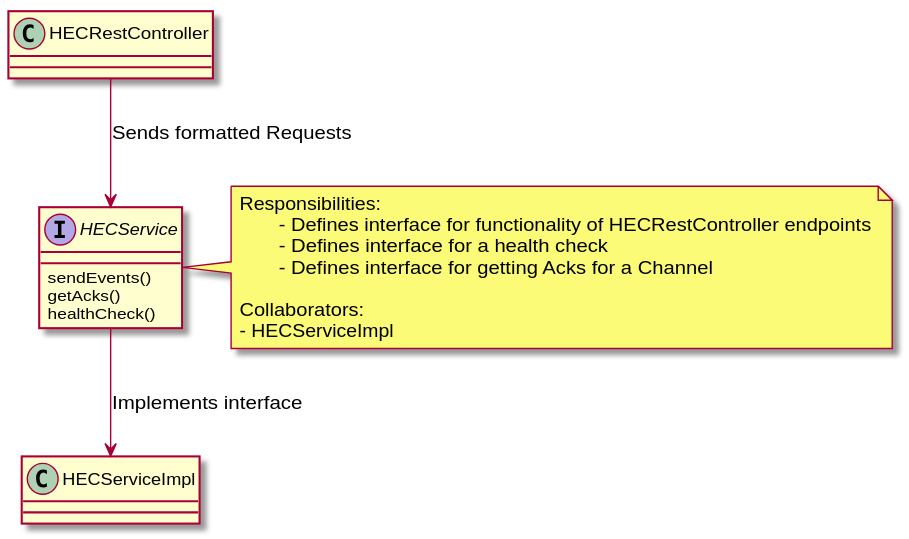
Above: docs/documentation/doxygen/inline_umlgraph_8.svg in Laukkala/cfe_16 (PlantUML), before the change.
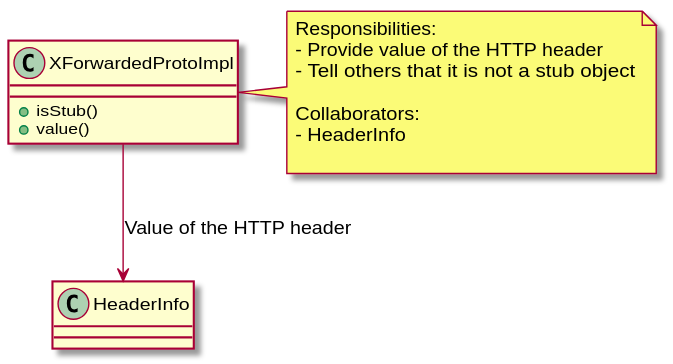
Above is the later version.

The edit, as a diff of the source:
```diff
@@ -1,20 +1,18 @@
 @startuml inline_umlgraph_8.svg
-interface HECService {
-    sendEvents()
-    getAcks()
-    healthCheck()
+class XForwardedProtoImpl {
+  + isStub()
+  + value()
 }
 
-HECRestController --> HECService : Sends formatted Requests
-HECService --> HECServiceImpl : Implements interface
+XForwardedProtoImpl --> HeaderInfo : Value of the HTTP header
 
-note right of HECService
+note right of XForwardedProtoImpl
 Responsibilities:
-       - Defines interface for functionality of HECRestController endpoints
-       - Defines interface for a health check
-       - Defines interface for getting Acks for a Channel
+- Provide value of the HTTP header
+- Tell others that it is not a stub object
 
 Collaborators:
-- HECServiceImpl
+- HeaderInfo
+
 end note
 @enduml
```
